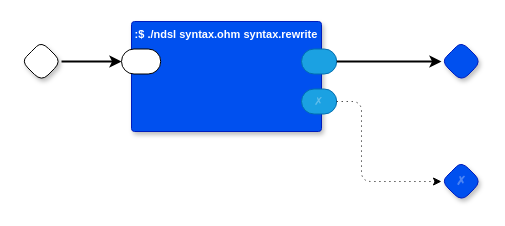
guitarvydas/pbp-dev keeps this draw.io diagram as page "Syntax Check" (10 of 30) of kernel/kernel.drawio. Above is the earlier version. Source tidied: cells renumbered, new cells numbered last; positions are measured from the earlier drawing's top-left corner, leaving out a move shared by most shapes. Both pictures are drawn from the tidied source at 100%, with x=0, y=0 at pixel (21, 21).
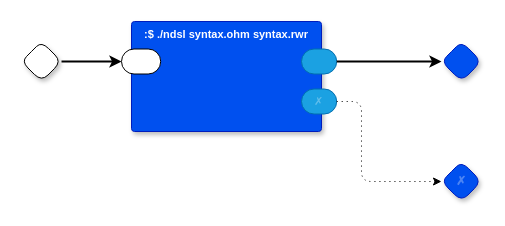
After the change.

What changed in the source:
```diff
@@
 <mxGraphModel>
   <root>
     <mxCell id="0" />
     <mxCell id="1" parent="0" />
     <mxCell id="2" style="rhombus;whiteSpace=wrap;html=1;rounded=1;fontStyle=1;glass=0;sketch=0;fontSize=12;points=[[0,0.5,0,0,0],[0.5,0,0,0,0],[0.5,1,0,0,0],[1,0.5,0,0,0]];shadow=1;fontFamily=Helvetica;fontColor=default;" parent="1" vertex="1">
       <mxGeometry y="20" width="40" height="40" as="geometry" />
     </mxCell>
     <mxCell id="3" style="rhombus;whiteSpace=wrap;html=1;rounded=1;fontStyle=1;glass=0;sketch=0;fontSize=12;points=[[0,0.5,0,0,0],[0.5,0,0,0,0],[0.5,1,0,0,0],[1,0.5,0,0,0]];shadow=1;fillColor=#0050ef;fontColor=#ffffff;strokeColor=#001DBC;fontFamily=Helvetica;" parent="1" vertex="1">
       <mxGeometry x="420" y="20" width="40" height="40" as="geometry" />
     </mxCell>
     <mxCell id="4" value="✗" style="rhombus;whiteSpace=wrap;html=1;rounded=1;fillColor=#0050ef;fontColor=#ffffff;strokeColor=#001DBC;fontStyle=1;glass=0;sketch=0;fontSize=12;points=[[0,0.5,0,0,0],[0.5,0,0,0,0],[0.5,1,0,0,0],[1,0.5,0,0,0]];shadow=1;textOpacity=30;" parent="1" vertex="1">
       <mxGeometry x="420" y="140" width="40" height="40" as="geometry" />
     </mxCell>
-    <mxCell id="5" value=":$ ./ndsl syntax.ohm syntax.rewrite" style="rounded=1;sketch=0;verticalAlign=top;arcSize=6;fontStyle=1;absoluteArcSize=1;shadow=1;strokeColor=#001DBC;fillColor=#0050ef;fontColor=#ffffff;fontFamily=Helvetica;fontSize=11;" parent="1" vertex="1">
+    <mxCell id="5" value=":$ ./ndsl syntax.ohm syntax.rwr" style="rounded=1;sketch=0;verticalAlign=top;arcSize=6;fontStyle=1;absoluteArcSize=1;shadow=1;strokeColor=#001DBC;fillColor=#0050ef;fontColor=#ffffff;fontFamily=Helvetica;fontSize=11;" parent="1" vertex="1">
       <mxGeometry x="110" width="190" height="110" as="geometry" />
     </mxCell>
     <mxCell id="6" style="rounded=1;whiteSpace=wrap;html=1;sketch=0;points=[[0,0.5,0,0,0],[1,0.5,0,0,0]];arcSize=50;fontFamily=Helvetica;fontSize=11;fontColor=default;" parent="5" vertex="1">
       <mxGeometry x="-10" y="27.5" width="39.2" height="25" as="geometry" />
     </mxCell>
     <mxCell id="7" style="rounded=1;whiteSpace=wrap;html=1;sketch=0;points=[[0,0.5,0,0,0],[1,0.5,0,0,0]];fillColor=#1ba1e2;fontColor=#ffffff;strokeColor=#006EAF;arcSize=50;fontFamily=Helvetica;fontSize=11;" parent="5" vertex="1">
       <mxGeometry x="170" y="27.5" width="35.2" height="25" as="geometry" />
     </mxCell>
     <mxCell id="8" value="✗" style="rounded=1;whiteSpace=wrap;html=1;sketch=0;points=[[0,0.5,0,0,0],[1,0.5,0,0,0]];fillColor=#1ba1e2;fontColor=#ffffff;strokeColor=#006EAF;arcSize=50;fontFamily=Helvetica;fontSize=11;textOpacity=30;" parent="5" vertex="1">
       <mxGeometry x="170" y="67.5" width="35.2" height="25" as="geometry" />
     </mxCell>
     <mxCell id="9" style="edgeStyle=orthogonalEdgeStyle;rounded=0;jettySize=auto;html=1;exitX=1;exitY=0.5;exitDx=0;exitDy=0;exitPerimeter=0;entryX=0;entryY=0.5;entryDx=0;entryDy=0;entryPerimeter=0;strokeWidth=2;" parent="1" edge="1" source="2" target="6">
       <mxGeometry relative="1" as="geometry" />
     </mxCell>
     <mxCell id="10" style="edgeStyle=orthogonalEdgeStyle;rounded=0;jettySize=auto;html=1;exitX=1;exitY=0.5;exitDx=0;exitDy=0;exitPerimeter=0;strokeWidth=2;entryX=0;entryY=0.5;entryDx=0;entryDy=0;entryPerimeter=0;" parent="1" edge="1" source="7" target="3">
       <mxGeometry relative="1" as="geometry" />
     </mxCell>
     <mxCell id="11" style="edgeStyle=orthogonalEdgeStyle;rounded=1;jettySize=auto;html=1;exitX=1;exitY=0.5;exitDx=0;exitDy=0;exitPerimeter=0;entryX=0;entryY=0.5;entryDx=0;entryDy=0;entryPerimeter=0;curved=0;dashed=1;dashPattern=1 4;" parent="1" edge="1" source="8" target="4">
       <mxGeometry relative="1" as="geometry">
         <Array as="points">
           <mxPoint x="340" y="80" />
           <mxPoint x="340" y="160" />
         </Array>
       </mxGeometry>
     </mxCell>
   </root>
 </mxGraphModel>
```
